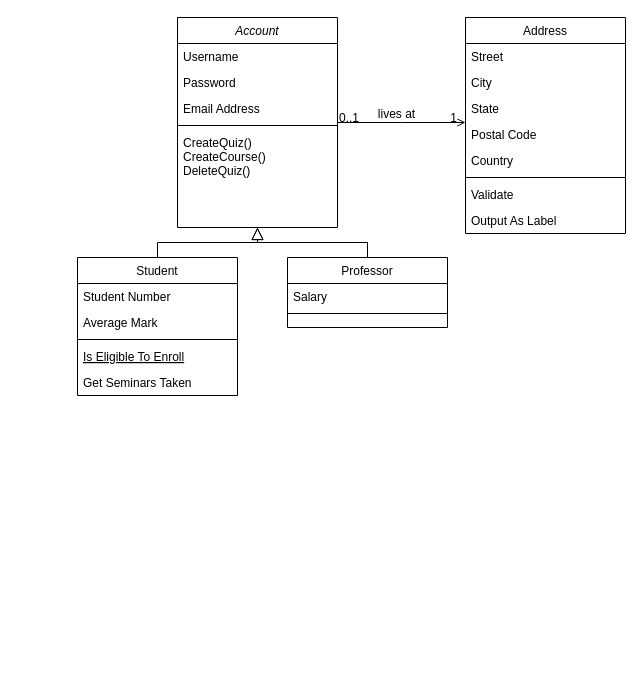
Earlier version of the draw.io diagram Untitled Diagram.drawio (jzhou-k/Foo). Source tidied: cells renumbered, new cells numbered last; positions are measured from the earlier drawing's top-left corner, leaving out a move shared by most shapes. Both pictures are drawn from the tidied source at 100%, with x=0, y=0 at pixel (77, 17).
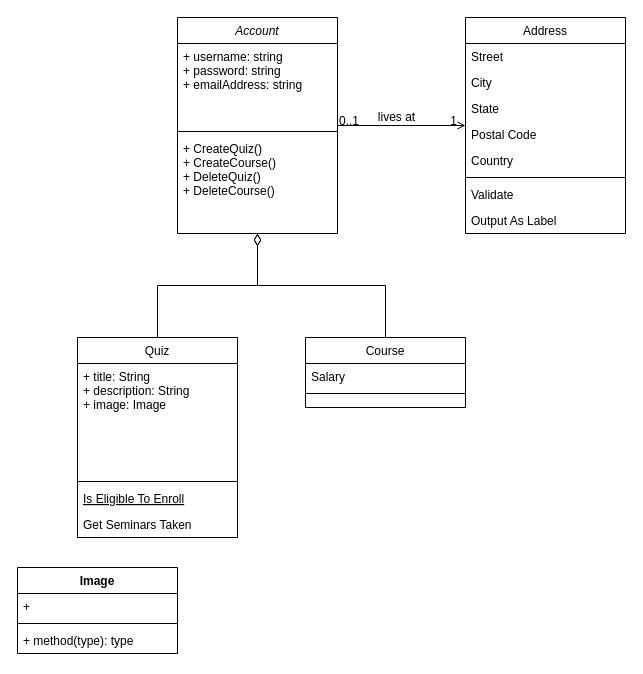
After the change.

Diff of the diagram source:
```diff
@@
     <mxCell id="2" value="Account" style="swimlane;fontStyle=2;align=center;verticalAlign=top;horizontal=1;startSize=26;rounded=0;shadow=0;strokeWidth=1;" parent="1" vertex="1">
-      <mxGeometry x="100" width="160" height="210" as="geometry" />
+      <mxGeometry x="100" width="160" height="216" as="geometry" />
     </mxCell>
-    <mxCell id="3" value="Username " style="text;align=left;verticalAlign=top;spacingLeft=4;spacingRight=4;overflow=hidden;" parent="2" vertex="1">
-      <mxGeometry y="26" width="160" height="26" as="geometry" />
+    <mxCell id="3" value="+ username: string  &#10;+ password: string&#10;+ emailAddress: string " style="text;align=left;verticalAlign=top;spacingLeft=4;spacingRight=4;overflow=hidden;" parent="2" vertex="1">
+      <mxGeometry y="26" width="160" height="84" as="geometry" />
     </mxCell>
-    <mxCell id="4" value="Password" style="text;align=left;verticalAlign=top;spacingLeft=4;spacingRight=4;overflow=hidden;rounded=0;shadow=0;html=0;" parent="2" vertex="1">
-      <mxGeometry y="52" width="160" height="26" as="geometry" />
-    </mxCell>
-    <mxCell id="5" value="Email Address" style="text;align=left;verticalAlign=top;spacingLeft=4;spacingRight=4;overflow=hidden;rounded=0;shadow=0;html=0;" parent="2" vertex="1">
-      <mxGeometry y="78" width="160" height="26" as="geometry" />
-    </mxCell>
     <mxCell id="6" style="line;html=1;strokeWidth=1;align=left;verticalAlign=middle;spacingTop=-1;spacingLeft=3;spacingRight=3;labelPosition=right;" parent="2" vertex="1">
-      <mxGeometry y="104" width="160" height="8" as="geometry" />
+      <mxGeometry y="110" width="160" height="8" as="geometry" />
     </mxCell>
-    <mxCell id="7" value="CreateQuiz()&#10;CreateCourse() &#10;DeleteQuiz()  &#10;" style="text;align=left;verticalAlign=top;spacingLeft=4;spacingRight=4;overflow=hidden;" parent="2" vertex="1">
-      <mxGeometry y="112" width="160" height="98" as="geometry" />
+    <mxCell id="7" value="+ CreateQuiz()&#10;+ CreateCourse() &#10;+ DeleteQuiz()&#10;+ DeleteCourse()  &#10;" style="text;align=left;verticalAlign=top;spacingLeft=4;spacingRight=4;overflow=hidden;" parent="2" vertex="1">
+      <mxGeometry y="118" width="160" height="98" as="geometry" />
     </mxCell>
-    <mxCell id="8" value="Student" style="swimlane;fontStyle=0;align=center;verticalAlign=top;horizontal=1;startSize=26;rounded=0;shadow=0;strokeWidth=1;" parent="1" vertex="1">
-      <mxGeometry y="240" width="160" height="138" as="geometry" />
+    <mxCell id="8" value="Quiz" style="swimlane;fontStyle=0;align=center;verticalAlign=top;horizontal=1;startSize=26;rounded=0;shadow=0;strokeWidth=1;" parent="1" vertex="1">
+      <mxGeometry y="320" width="160" height="200" as="geometry" />
     </mxCell>
-    <mxCell id="9" value="Student Number" style="text;align=left;verticalAlign=top;spacingLeft=4;spacingRight=4;overflow=hidden;" parent="8" vertex="1">
-      <mxGeometry y="26" width="160" height="26" as="geometry" />
+    <mxCell id="9" value="+ title: String &#10;+ description: String &#10;+ image: Image&#10;" style="text;align=left;verticalAlign=top;spacingLeft=4;spacingRight=4;overflow=hidden;" parent="8" vertex="1">
+      <mxGeometry y="26" width="160" height="114" as="geometry" />
     </mxCell>
-    <mxCell id="10" value="Average Mark" style="text;align=left;verticalAlign=top;spacingLeft=4;spacingRight=4;overflow=hidden;rounded=0;shadow=0;html=0;" parent="8" vertex="1">
-      <mxGeometry y="52" width="160" height="26" as="geometry" />
-    </mxCell>
     <mxCell id="11" style="line;html=1;strokeWidth=1;align=left;verticalAlign=middle;spacingTop=-1;spacingLeft=3;spacingRight=3;labelPosition=right;" parent="8" vertex="1">
-      <mxGeometry y="78" width="160" height="8" as="geometry" />
+      <mxGeometry y="140" width="160" height="8" as="geometry" />
     </mxCell>
     <mxCell id="12" value="Is Eligible To Enroll" style="text;align=left;verticalAlign=top;spacingLeft=4;spacingRight=4;overflow=hidden;fontStyle=4;" parent="8" vertex="1">
-      <mxGeometry y="86" width="160" height="26" as="geometry" />
+      <mxGeometry y="148" width="160" height="26" as="geometry" />
     </mxCell>
     <mxCell id="13" value="Get Seminars Taken" style="text;align=left;verticalAlign=top;spacingLeft=4;spacingRight=4;overflow=hidden;" parent="8" vertex="1">
-      <mxGeometry y="112" width="160" height="26" as="geometry" />
+      <mxGeometry y="174" width="160" height="26" as="geometry" />
     </mxCell>
-    <mxCell id="14" style="endArrow=block;endSize=10;endFill=0;shadow=0;strokeWidth=1;rounded=0;edgeStyle=elbowEdgeStyle;elbow=vertical;" parent="1" edge="1" source="8" target="2">
+    <mxCell id="14" style="endArrow=diamondThin;endSize=10;endFill=0;shadow=0;strokeWidth=1;rounded=0;edgeStyle=elbowEdgeStyle;elbow=vertical;" parent="1" edge="1" source="8" target="2">
       <mxGeometry relative="1" as="geometry" />
     </mxCell>
-    <mxCell id="15" value="Professor" style="swimlane;fontStyle=0;align=center;verticalAlign=top;horizontal=1;startSize=26;rounded=0;shadow=0;strokeWidth=1;" parent="1" vertex="1">
-      <mxGeometry x="210" y="240" width="160" height="70" as="geometry" />
+    <mxCell id="15" value="Course" style="swimlane;fontStyle=0;align=center;verticalAlign=top;horizontal=1;startSize=26;rounded=0;shadow=0;strokeWidth=1;" parent="1" vertex="1">
+      <mxGeometry x="228" y="320" width="160" height="70" as="geometry" />
     </mxCell>
@@
-    <mxCell id="18" style="endArrow=block;endSize=10;endFill=0;shadow=0;strokeWidth=1;rounded=0;edgeStyle=elbowEdgeStyle;elbow=vertical;" parent="1" edge="1" source="15" target="2">
+    <mxCell id="18" style="endArrow=diamondThin;endSize=10;endFill=0;shadow=0;strokeWidth=1;rounded=0;edgeStyle=elbowEdgeStyle;elbow=vertical;" parent="1" edge="1" source="15" target="2">
       <mxGeometry relative="1" as="geometry" />
     </mxCell>
@@
+    <mxCell id="32" value="Image" style="swimlane;fontStyle=1;align=center;verticalAlign=top;horizontal=1;startSize=26;" parent="1" vertex="1">
+      <mxGeometry x="-60" y="550" width="160" height="86" as="geometry" />
+    </mxCell>
+    <mxCell id="33" value="+ " style="text;strokeColor=none;fillColor=none;align=left;verticalAlign=top;spacingLeft=4;spacingRight=4;overflow=hidden;" parent="32" vertex="1">
+      <mxGeometry y="26" width="160" height="26" as="geometry" />
+    </mxCell>
+    <mxCell id="34" style="line;strokeWidth=1;fillColor=none;align=left;verticalAlign=middle;spacingTop=-1;spacingLeft=3;spacingRight=3;labelPosition=right;" parent="32" vertex="1">
+      <mxGeometry y="52" width="160" height="8" as="geometry" />
+    </mxCell>
+    <mxCell id="35" value="+ method(type): type" style="text;strokeColor=none;fillColor=none;align=left;verticalAlign=top;spacingLeft=4;spacingRight=4;overflow=hidden;" parent="32" vertex="1">
+      <mxGeometry y="60" width="160" height="26" as="geometry" />
+    </mxCell>
```
